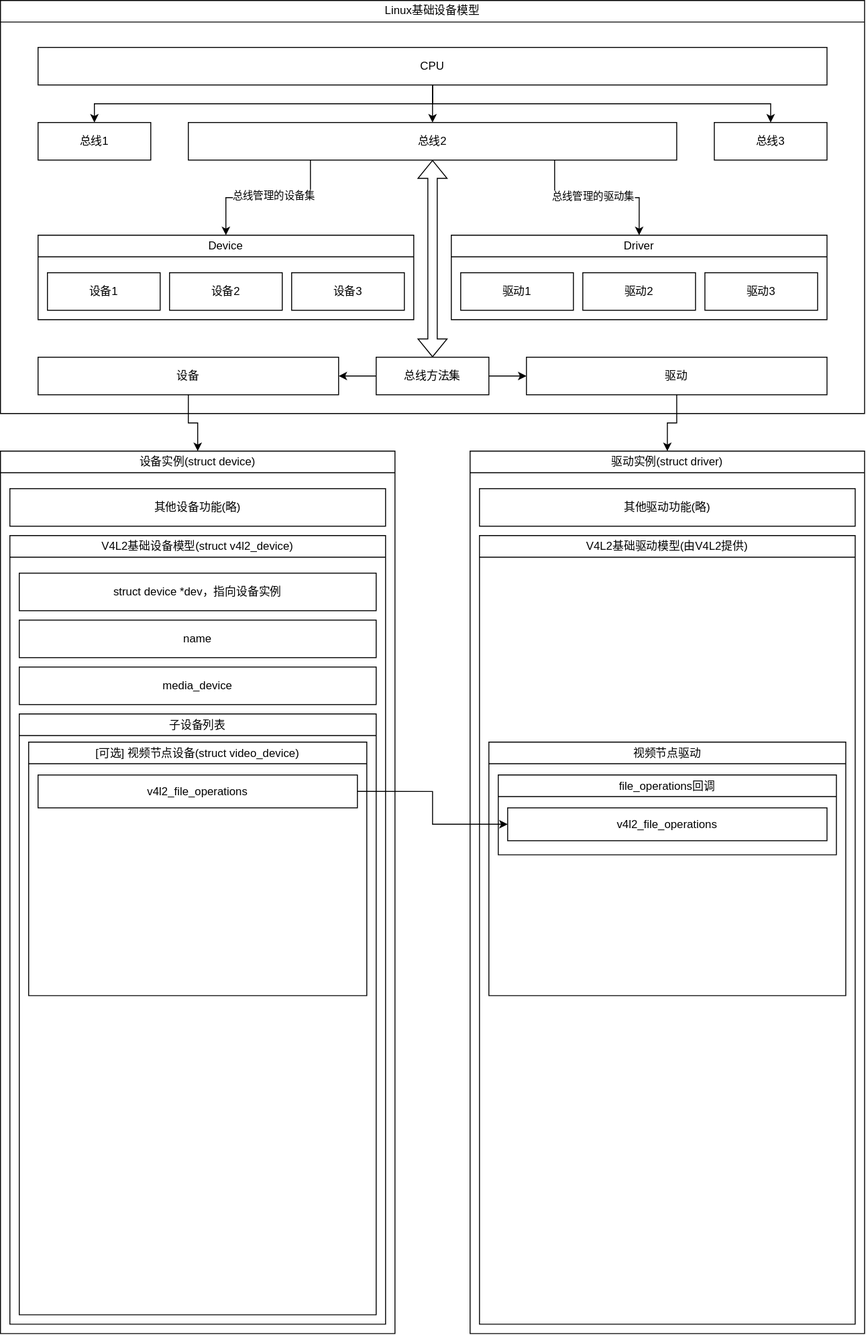
Above: Linux内核原理及其开发/Resources/V4L2设备模型概览.drawio.svg in h13-0/Notebooks (draw.io), before the change. Source tidied: cells renumbered, new cells last; positions are measured from the earlier drawing's top-left corner, leaving out a move shared by most shapes.
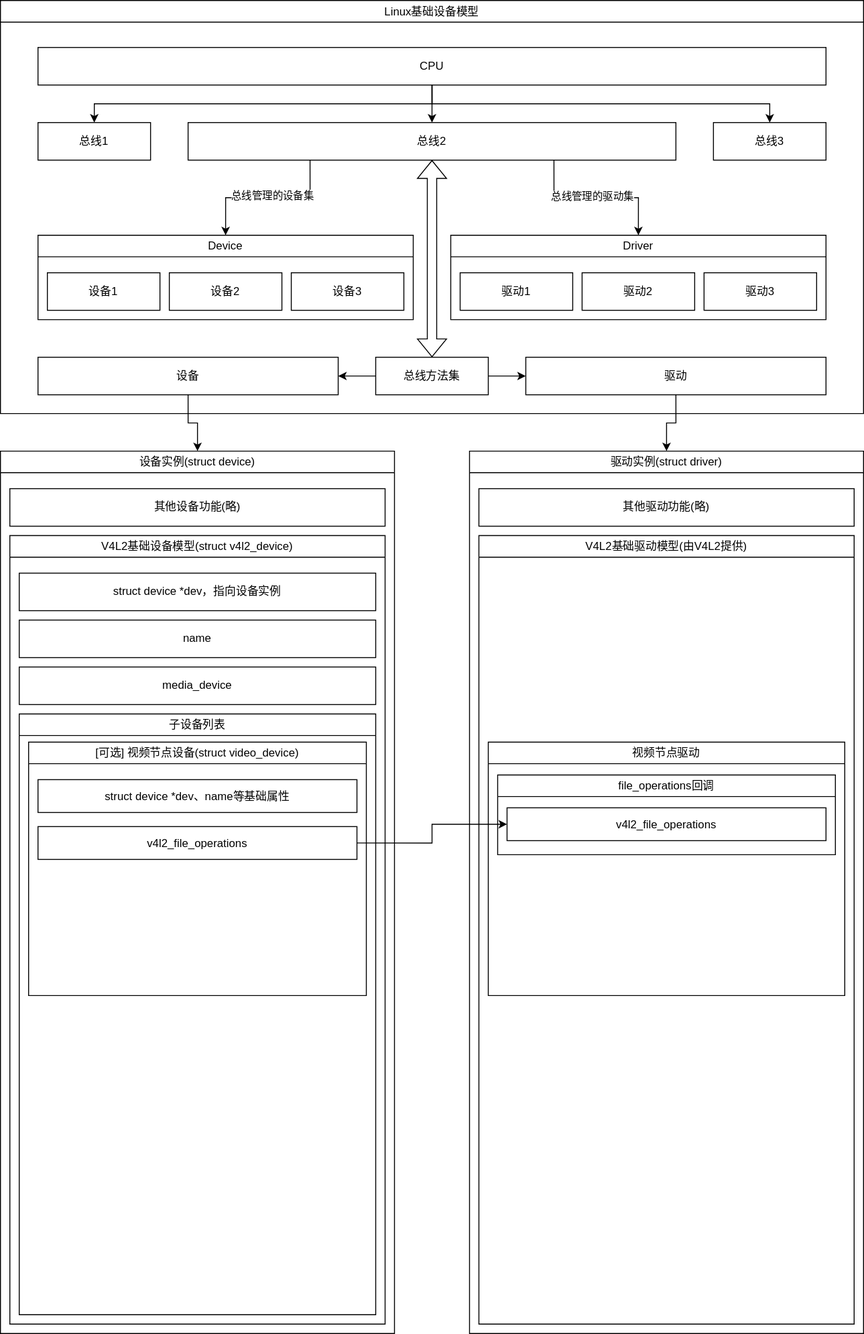
Above is the later version.

Commit message:
vault backup: 2025-05-11 19:22:08

Change to the diagram source:
```diff
@@ -24,8 +24,11 @@
       <mxGeometry x="10" y="30" width="360" height="270" as="geometry" />
     </mxCell>
     <mxCell id="9" value="v4l2_file_operations" style="rounded=0;whiteSpace=wrap;html=1;" parent="8" vertex="1">
-      <mxGeometry x="10" y="35" width="340" height="35" as="geometry" />
+      <mxGeometry x="10" y="90" width="340" height="35" as="geometry" />
     </mxCell>
+    <mxCell id="46" value="struct device *dev、name等基础属性" style="rounded=0;whiteSpace=wrap;html=1;" parent="8" vertex="1">
+      <mxGeometry x="10" y="40" width="340" height="35" as="geometry" />
+    </mxCell>
     <mxCell id="10" value="其他设备功能(略)" style="rounded=0;whiteSpace=wrap;html=1;" parent="2" vertex="1">
       <mxGeometry x="10" y="40" width="400" height="40" as="geometry" />
     </mxCell>
```
